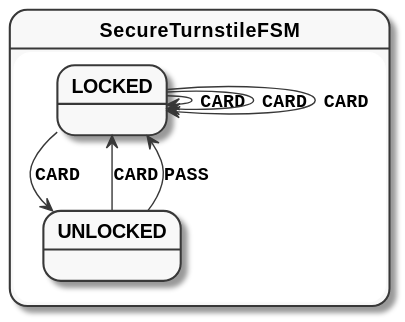
The PlantUML diagram secure-turnstile-simple.svg in open-jumpco/kfsm-viz, before a commit. The source it was exported from:
```plantuml
@startuml
skinparam monochrome true
skinparam StateFontName Helvetica
skinparam defaultFontName Monospaced
skinparam defaultFontStyle Bold
skinparam state {
    FontStyle Bold
}
state SecureTurnstileFSM {
LOCKED --> LOCKED : CARD
LOCKED --> LOCKED : CARD
LOCKED --> UNLOCKED : CARD
LOCKED --> LOCKED : CARD
UNLOCKED --> LOCKED : CARD
UNLOCKED --> LOCKED : PASS
}
@enduml
```
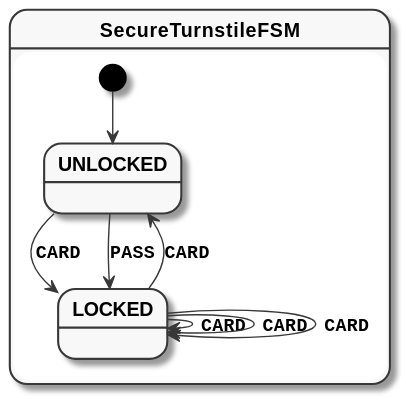
Above is the later version.

The edit, as a diff of the source:
```diff
@@ -7,6 +7,7 @@
     FontStyle Bold
 }
 state SecureTurnstileFSM {
+[*] --> UNLOCKED
 LOCKED --> LOCKED : CARD
 LOCKED --> LOCKED : CARD
 LOCKED --> UNLOCKED : CARD
```
